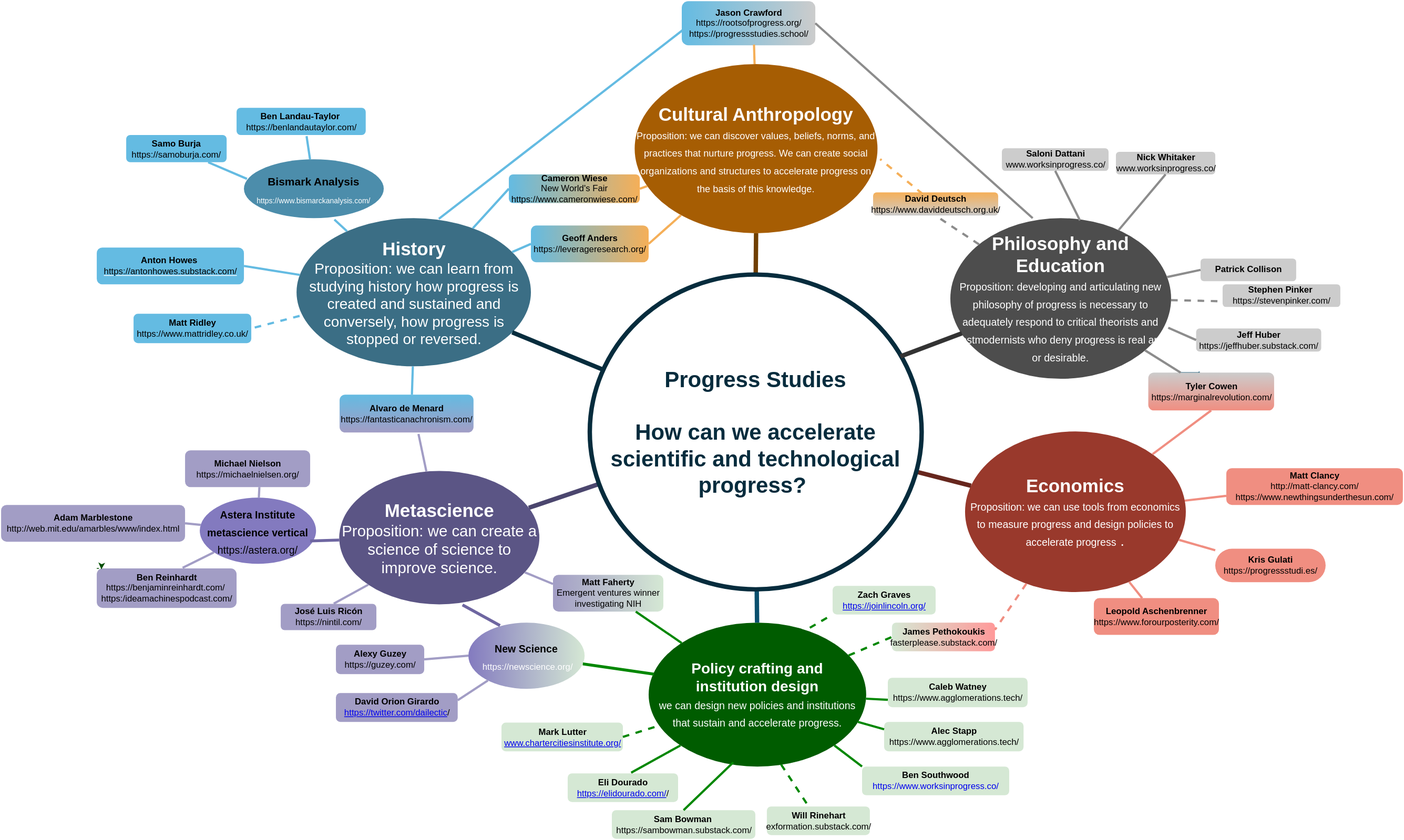
delton137/delton137.github.io keeps this draw.io diagram as assets/map_of_progress_studies.svg. Above is the earlier version. Source tidied: cells renumbered, new cells last; positions are measured from the earlier drawing's top-left corner, leaving out a move shared by most shapes.
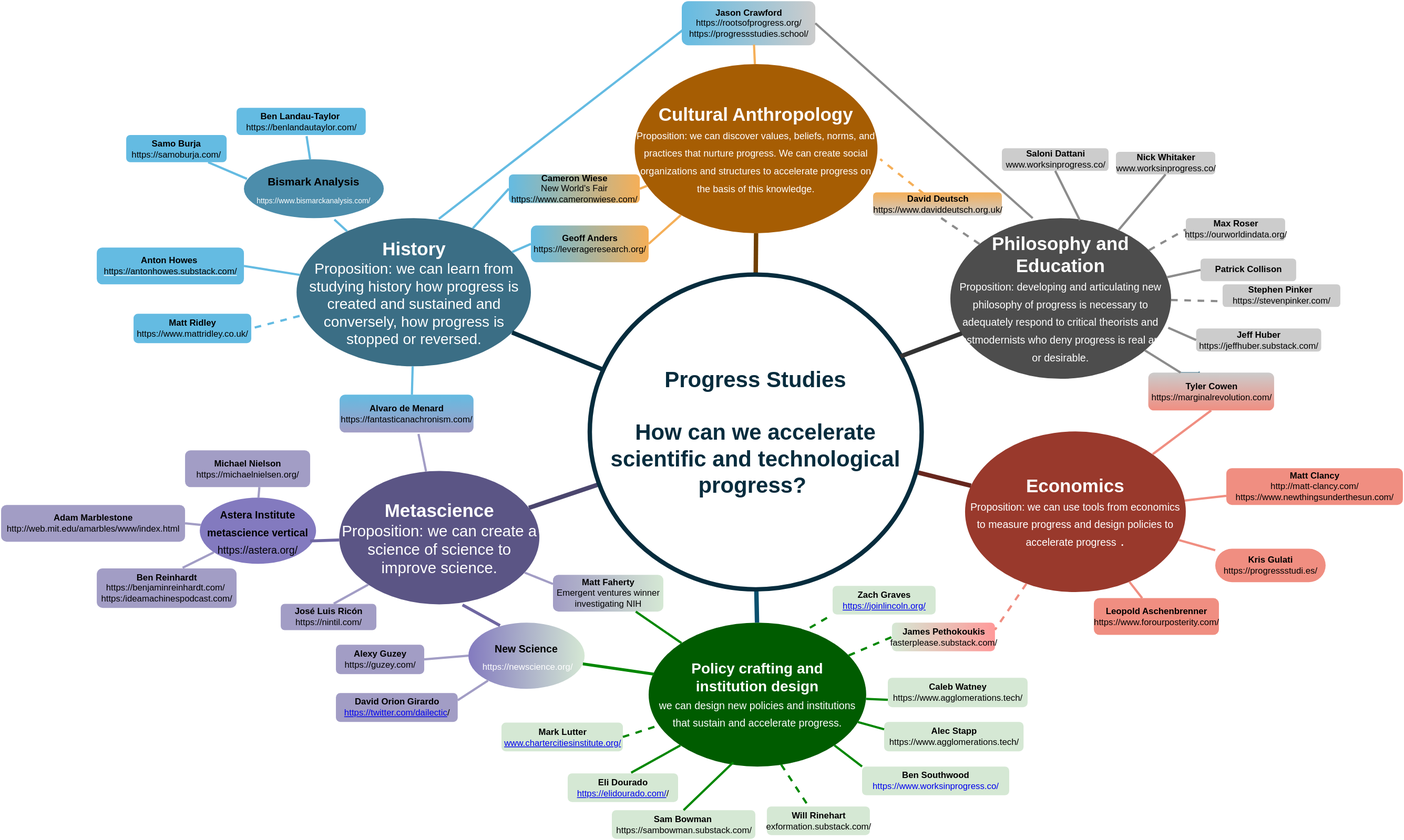
Above is the later version.

What changed in the source:
```diff
@@ -205,9 +205,6 @@
     <mxCell id="66" style="edgeStyle=none;endArrow=none;strokeWidth=3;strokeColor=#8C8C8C;html=1;fillColor=#d5e8d4;" parent="1" edge="1" source="58" target="65">
       <mxGeometry x="-24" y="-243.5" as="geometry" />
     </mxCell>
-    <mxCell id="67" style="edgeStyle=orthogonalEdgeStyle;rounded=0;orthogonalLoop=1;jettySize=auto;html=1;exitX=0;exitY=0;exitDx=0;exitDy=0;entryX=0.033;entryY=0.024;entryDx=0;entryDy=0;entryPerimeter=0;dashed=1;fontSize=14;fontColor=#000000;strokeColor=#004F00;" parent="1" edge="1" source="29" target="29">
-      <mxGeometry relative="1" as="geometry" />
-    </mxCell>
     <mxCell id="68" style="edgeStyle=none;endArrow=none;strokeWidth=3;strokeColor=#008700;html=1;exitX=0.75;exitY=1;exitDx=0;exitDy=0;" parent="1" edge="1" source="28" target="5">
       <mxGeometry x="-446.5" y="75" as="geometry" />
     </mxCell>
@@ -256,7 +253,7 @@
       <mxGeometry x="-4" y="-223.5" as="geometry" />
     </mxCell>
     <mxCell id="83" value="&lt;font color=&quot;#000000&quot;&gt;&lt;b&gt;David Deutsch&lt;br&gt;&lt;/b&gt;&lt;a href=&quot;https://www.daviddeutsch.org.uk/&quot;&gt;https://www.daviddeutsch.org.uk/&lt;/a&gt;&lt;br&gt;&lt;/font&gt;" style="rounded=1;fillColor=#CCCCCC;strokeColor=none;strokeWidth=3;shadow=0;html=1;gradientColor=#F5AF58;gradientDirection=north;" parent="1" vertex="1">
-      <mxGeometry x="1185" y="260" width="170" height="31.5" as="geometry" />
+      <mxGeometry x="1185" y="260" width="175" height="31.5" as="geometry" />
     </mxCell>
     <mxCell id="84" value="&lt;font color=&quot;#000000&quot;&gt;&lt;b&gt;Stephen Pinker&amp;nbsp;&lt;br&gt;&lt;/b&gt;&lt;a href=&quot;https://stevenpinker.com/&quot;&gt;https://stevenpinker.com/&lt;/a&gt;&lt;br&gt;&lt;/font&gt;" style="rounded=1;fillColor=#CCCCCC;strokeColor=none;strokeWidth=3;shadow=0;html=1;" parent="1" vertex="1">
       <mxGeometry x="1660" y="385" width="160" height="30.8" as="geometry" />
@@ -315,5 +312,11 @@
     <mxCell id="102" style="edgeStyle=none;endArrow=none;strokeWidth=3;strokeColor=#008700;html=1;exitX=1;exitY=0.5;exitDx=0;exitDy=0;dashed=1;" parent="1" edge="1" source="101" target="5">
       <mxGeometry x="-411.5" y="110" as="geometry" />
     </mxCell>
+    <mxCell id="103" value="&lt;font color=&quot;#000000&quot;&gt;&lt;b&gt;Max Roser&lt;br&gt;&lt;/b&gt;&lt;a href=&quot;https://ourworldindata.org/&quot;&gt;https://ourworldindata.org/&lt;/a&gt;&lt;br&gt;&lt;/font&gt;" style="rounded=1;fillColor=#CCCCCC;strokeColor=none;strokeWidth=3;shadow=0;html=1;" parent="1" vertex="1">
+      <mxGeometry x="1610" y="295" width="135" height="30.8" as="geometry" />
+    </mxCell>
+    <mxCell id="104" style="edgeStyle=none;endArrow=none;strokeWidth=3;strokeColor=#8C8C8C;html=1;fillColor=#d5e8d4;entryX=0;entryY=0.5;entryDx=0;entryDy=0;dashed=1;" parent="1" edge="1" source="58" target="103">
+      <mxGeometry x="11" y="-208.5" as="geometry" />
+    </mxCell>
   </root>
 </mxGraphModel>
```
